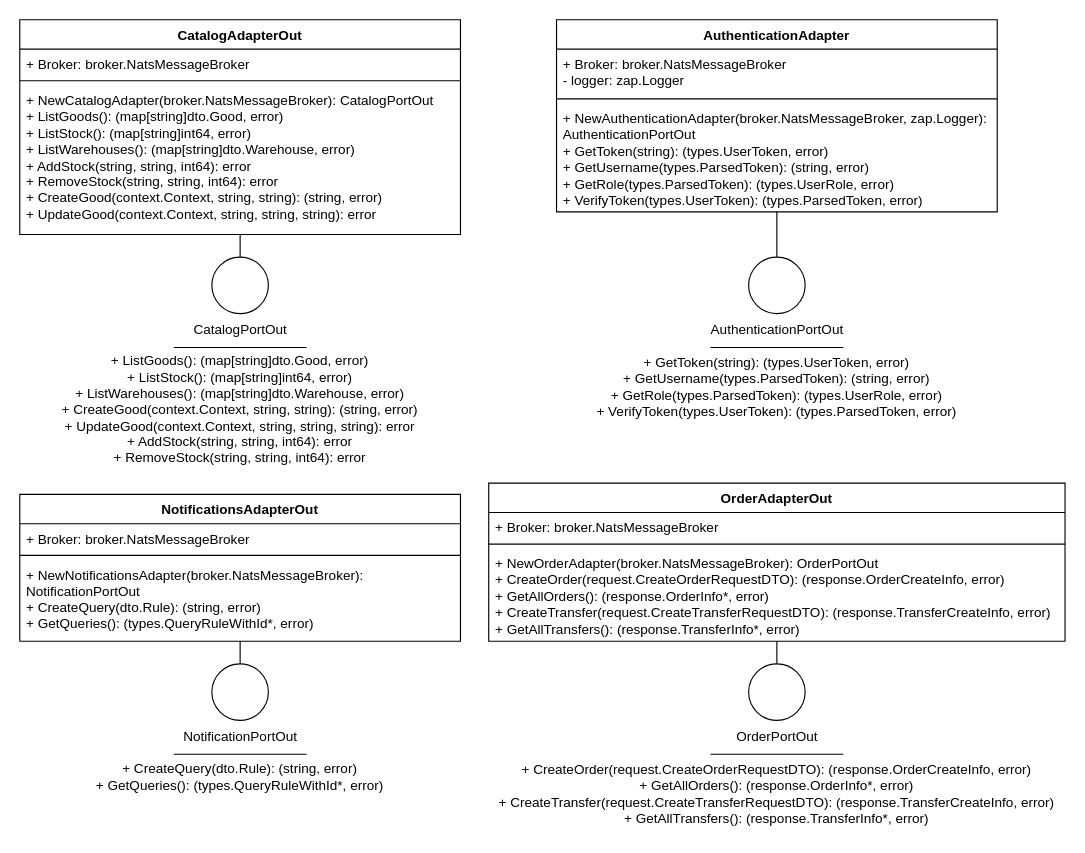
Above: page "adapterout" (4 of 4) of assets/drawio/apigateway.drawio in alimitedgroup/alimitedgroup.github.io (draw.io), before the change. Source tidied: cells renumbered, new cells numbered last; positions are measured from the earlier drawing's top-left corner, leaving out a move shared by most shapes. Both pictures are drawn from the tidied source at 113%, with x=0, y=0 at pixel (19, 19).
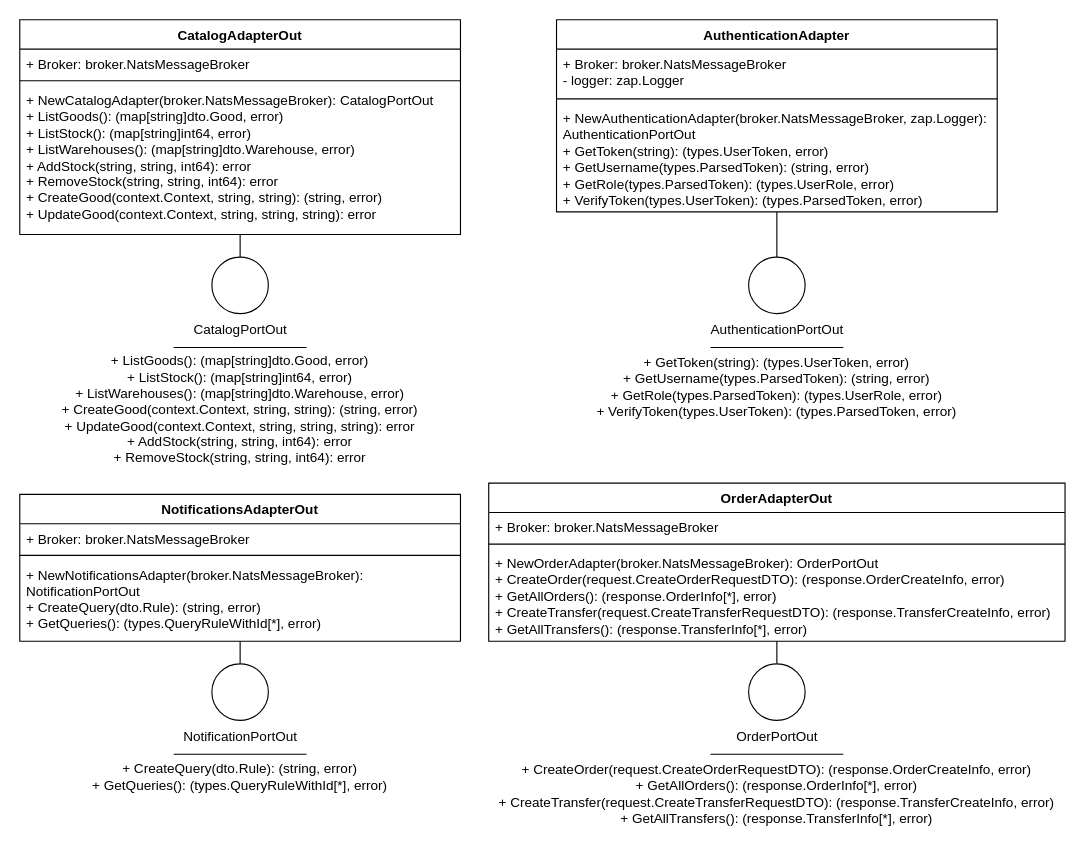
Above is the later version.

Unchanged cells that the change refers to:
```xml
<mxCell id="13" value="NotificationsAdapterOut" style="swimlane;fontStyle=1;align=center;verticalAlign=top;horizontal=1;startSize=26;whiteSpace=wrap;html=1;" parent="1" vertex="1">
  <mxGeometry y="420" width="390" height="130" as="geometry" />
</mxCell>
<mxCell id="18" value="OrderAdapterOut" style="swimlane;fontStyle=1;align=center;verticalAlign=top;horizontal=1;startSize=26;whiteSpace=wrap;html=1;" parent="1" vertex="1">
  <mxGeometry x="415" y="410" width="510" height="140" as="geometry" />
</mxCell>
```

Change to the diagram source:
```diff
@@
-    <mxCell id="16" value="&lt;div&gt;+&amp;nbsp;NewNotificationsAdapter(broker.NatsMessageBroker): NotificationPortOut&lt;/div&gt;+ CreateQuery(dto.Rule): (string, error)&lt;br&gt;+ GetQueries(): (types.QueryRuleWithId*, error)" style="text;strokeColor=none;fillColor=none;align=left;verticalAlign=top;spacingLeft=4;spacingRight=4;overflow=hidden;whiteSpace=wrap;html=1;" parent="13" vertex="1">
+    <mxCell id="16" value="&lt;div&gt;+&amp;nbsp;NewNotificationsAdapter(broker.NatsMessageBroker): NotificationPortOut&lt;/div&gt;+ CreateQuery(dto.Rule): (string, error)&lt;br&gt;+ GetQueries(): (types.QueryRuleWithId[*], error)" style="text;strokeColor=none;fillColor=none;align=left;verticalAlign=top;spacingLeft=4;spacingRight=4;overflow=hidden;whiteSpace=wrap;html=1;" parent="13" vertex="1">
       <mxGeometry y="58" width="390" height="72" as="geometry" />
     </mxCell>
@@
-    <mxCell id="21" value="&lt;div&gt;+&amp;nbsp;NewOrderAdapter(broker.NatsMessageBroker): OrderPortOut&lt;/div&gt;+ CreateOrder(request.CreateOrderRequestDTO): (response.OrderCreateInfo, error)&lt;br&gt;+ GetAllOrders(): (response.OrderInfo*, error)&lt;br&gt;+ CreateTransfer(request.CreateTransferRequestDTO): (response.TransferCreateInfo, error)&lt;br&gt;+ GetAllTransfers(): (response.TransferInfo*, error)" style="text;strokeColor=none;fillColor=none;align=left;verticalAlign=top;spacingLeft=4;spacingRight=4;overflow=hidden;whiteSpace=wrap;html=1;" parent="18" vertex="1">
+    <mxCell id="21" value="&lt;div&gt;+&amp;nbsp;NewOrderAdapter(broker.NatsMessageBroker): OrderPortOut&lt;/div&gt;+ CreateOrder(request.CreateOrderRequestDTO): (response.OrderCreateInfo, error)&lt;br&gt;+ GetAllOrders(): (response.OrderInfo[*], error)&lt;br&gt;+ CreateTransfer(request.CreateTransferRequestDTO): (response.TransferCreateInfo, error)&lt;br&gt;+ GetAllTransfers(): (response.TransferInfo[*], error)" style="text;strokeColor=none;fillColor=none;align=left;verticalAlign=top;spacingLeft=4;spacingRight=4;overflow=hidden;whiteSpace=wrap;html=1;" parent="18" vertex="1">
       <mxGeometry y="58" width="510" height="82" as="geometry" />
     </mxCell>
@@
-    <mxCell id="29" value="+ CreateQuery(dto.Rule): (string, error)&lt;br&gt;+ GetQueries(): (types.QueryRuleWithId*, error)" style="text;html=1;align=center;verticalAlign=middle;whiteSpace=wrap;rounded=0;" parent="1" vertex="1">
+    <mxCell id="29" value="+ CreateQuery(dto.Rule): (string, error)&lt;br&gt;+ GetQueries(): (types.QueryRuleWithId[*], error)" style="text;html=1;align=center;verticalAlign=middle;whiteSpace=wrap;rounded=0;" parent="1" vertex="1">
       <mxGeometry x="55" y="650" width="280" height="40" as="geometry" />
     </mxCell>
@@
-    <mxCell id="37" value="+ CreateOrder(request.CreateOrderRequestDTO): (response.OrderCreateInfo, error)&lt;br&gt;+ GetAllOrders(): (response.OrderInfo*, error)&lt;br&gt;+ CreateTransfer(request.CreateTransferRequestDTO): (response.TransferCreateInfo, error)&lt;br&gt;+ GetAllTransfers(): (response.TransferInfo*, error)" style="text;html=1;align=center;verticalAlign=middle;whiteSpace=wrap;rounded=0;" parent="1" vertex="1">
+    <mxCell id="37" value="+ CreateOrder(request.CreateOrderRequestDTO): (response.OrderCreateInfo, error)&lt;br&gt;+ GetAllOrders(): (response.OrderInfo[*], error)&lt;br&gt;+ CreateTransfer(request.CreateTransferRequestDTO): (response.TransferCreateInfo, error)&lt;br&gt;+ GetAllTransfers(): (response.TransferInfo[*], error)" style="text;html=1;align=center;verticalAlign=middle;whiteSpace=wrap;rounded=0;" parent="1" vertex="1">
       <mxGeometry x="420" y="650" width="500" height="70" as="geometry" />
     </mxCell>
```
